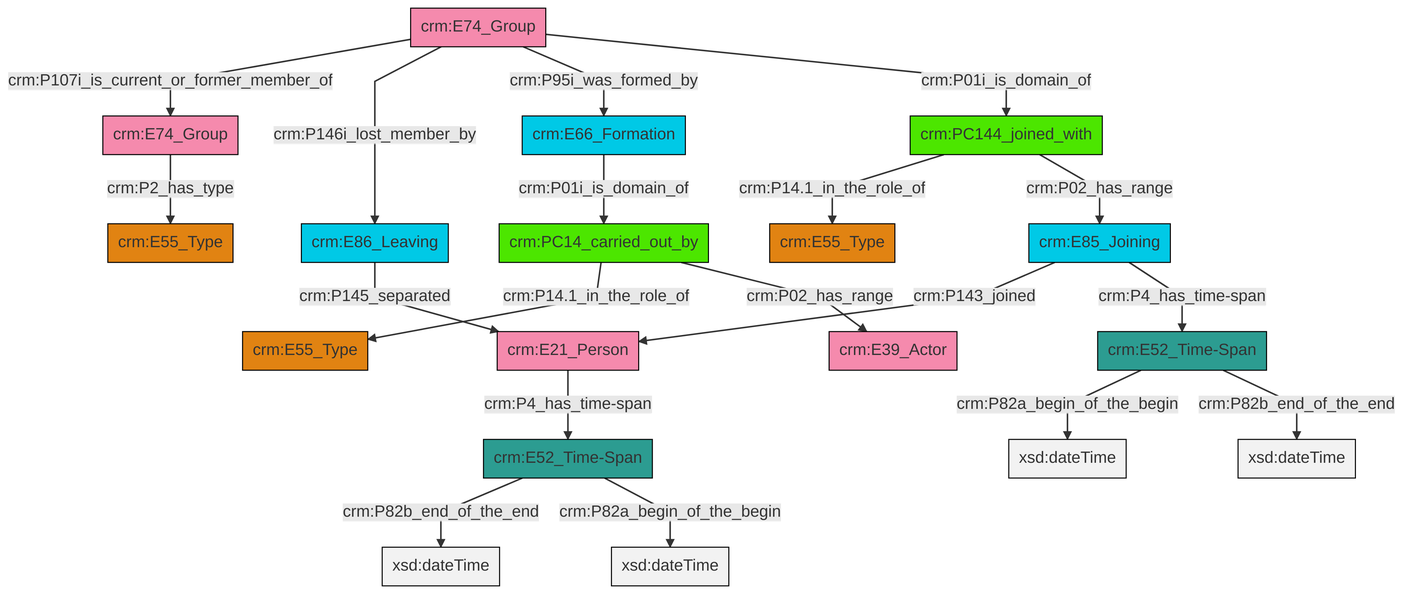
Earlier version of the Mermaid export et/groupCSV/ttl/mmd/png/group_actor_relations.png (swiss-art-research-net/reference-data-models). Its source is kept beside it as et/groupCSV/ttl/mmd/group_actor_relations.ttl.mmd.
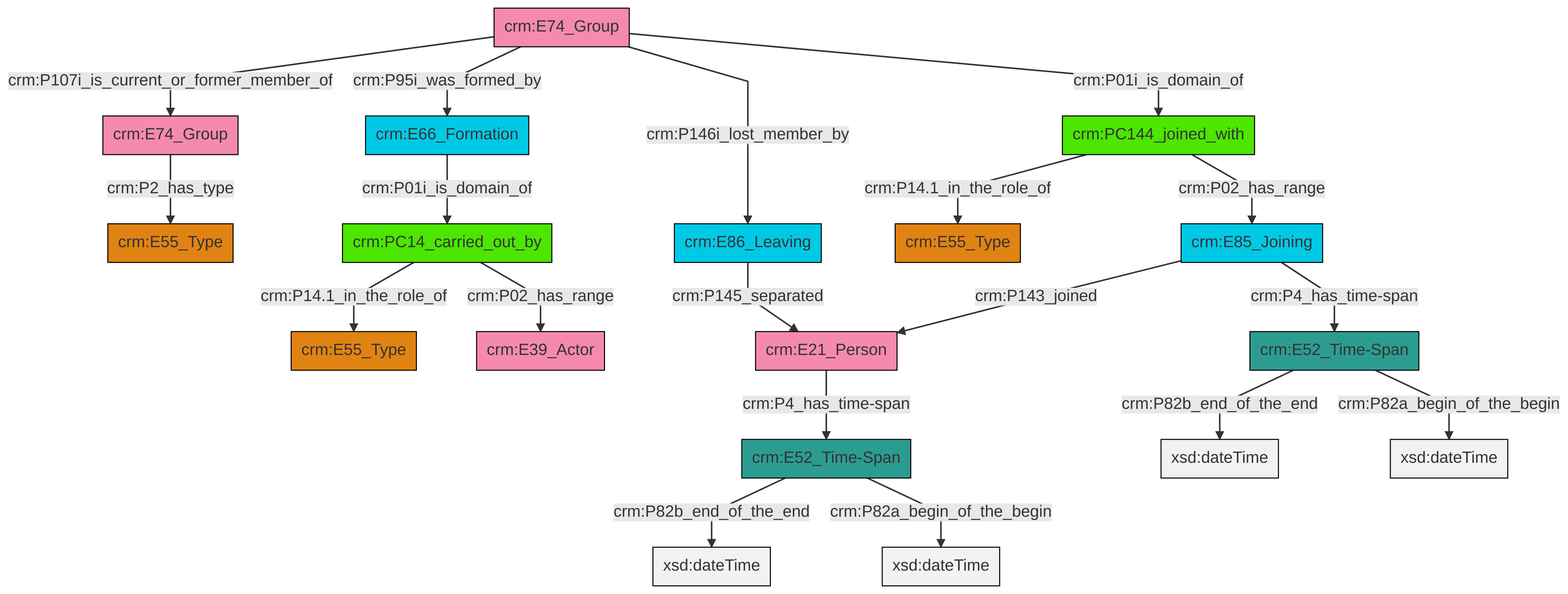
After the commit.

What changed in the source:
```diff
@@ -13,21 +13,21 @@
 classDef PC_Classes fill:#4ce600, stroke:#000000;
 classDef Multi fill:#cccccc,stroke:#000000;
 
-2["crm:PC144_joined_with"]:::PC_Classes -->|crm:P14.1_in_the_role_of| 3["crm:E55_Type"]:::Type
-6["crm:E74_Group"]:::Actor -->|crm:P107i_is_current_or_former_member_of| 7["crm:E74_Group"]:::Actor
-10["crm:PC14_carried_out_by"]:::PC_Classes -->|crm:P14.1_in_the_role_of| 8["crm:E55_Type"]:::Type
-11["crm:E52_Time-Span"]:::Time-Span -->|crm:P82b_end_of_the_end| 12[xsd:dateTime]:::Literal
-16["crm:E66_Formation"]:::Temporal_Entity -->|crm:P01i_is_domain_of| 10["crm:PC14_carried_out_by"]:::PC_Classes
-0["crm:E52_Time-Span"]:::Time-Span -->|crm:P82a_begin_of_the_begin| 17[xsd:dateTime]:::Literal
-6["crm:E74_Group"]:::Actor -->|crm:P146i_lost_member_by| 18["crm:E86_Leaving"]:::Temporal_Entity
-10["crm:PC14_carried_out_by"]:::PC_Classes -->|crm:P02_has_range| 14["crm:E39_Actor"]:::Actor
-18["crm:E86_Leaving"]:::Temporal_Entity -->|crm:P145_separated| 22["crm:E21_Person"]:::Actor
-4["crm:E85_Joining"]:::Temporal_Entity -->|crm:P143_joined| 22["crm:E21_Person"]:::Actor
-6["crm:E74_Group"]:::Actor -->|crm:P95i_was_formed_by| 16["crm:E66_Formation"]:::Temporal_Entity
-2["crm:PC144_joined_with"]:::PC_Classes -->|crm:P02_has_range| 4["crm:E85_Joining"]:::Temporal_Entity
-11["crm:E52_Time-Span"]:::Time-Span -->|crm:P82a_begin_of_the_begin| 25[xsd:dateTime]:::Literal
-4["crm:E85_Joining"]:::Temporal_Entity -->|crm:P4_has_time-span| 0["crm:E52_Time-Span"]:::Time-Span
-0["crm:E52_Time-Span"]:::Time-Span -->|crm:P82b_end_of_the_end| 29[xsd:dateTime]:::Literal
-6["crm:E74_Group"]:::Actor -->|crm:P01i_is_domain_of| 2["crm:PC144_joined_with"]:::PC_Classes
-7["crm:E74_Group"]:::Actor -->|crm:P2_has_type| 26["crm:E55_Type"]:::Type
-22["crm:E21_Person"]:::Actor -->|crm:P4_has_time-span| 11["crm:E52_Time-Span"]:::Time-Span
+0["crm:PC14_carried_out_by"]:::PC_Classes -->|crm:P14.1_in_the_role_of| 1["crm:E55_Type"]:::Type
+7["crm:PC144_joined_with"]:::PC_Classes -->|crm:P14.1_in_the_role_of| 8["crm:E55_Type"]:::Type
+9["crm:E86_Leaving"]:::Temporal_Entity -->|crm:P145_separated| 10["crm:E21_Person"]:::Actor
+18["crm:E74_Group"]:::Actor -->|crm:P2_has_type| 2["crm:E55_Type"]:::Type
+0["crm:PC14_carried_out_by"]:::PC_Classes -->|crm:P02_has_range| 14["crm:E39_Actor"]:::Actor
+4["crm:E74_Group"]:::Actor -->|crm:P107i_is_current_or_former_member_of| 18["crm:E74_Group"]:::Actor
+4["crm:E74_Group"]:::Actor -->|crm:P95i_was_formed_by| 16["crm:E66_Formation"]:::Temporal_Entity
+23["crm:E52_Time-Span"]:::Time-Span -->|crm:P82b_end_of_the_end| 27[xsd:dateTime]:::Literal
+4["crm:E74_Group"]:::Actor -->|crm:P146i_lost_member_by| 9["crm:E86_Leaving"]:::Temporal_Entity
+11["crm:E85_Joining"]:::Temporal_Entity -->|crm:P143_joined| 10["crm:E21_Person"]:::Actor
+25["crm:E52_Time-Span"]:::Time-Span -->|crm:P82b_end_of_the_end| 31[xsd:dateTime]:::Literal
+7["crm:PC144_joined_with"]:::PC_Classes -->|crm:P02_has_range| 11["crm:E85_Joining"]:::Temporal_Entity
+4["crm:E74_Group"]:::Actor -->|crm:P01i_is_domain_of| 7["crm:PC144_joined_with"]:::PC_Classes
+11["crm:E85_Joining"]:::Temporal_Entity -->|crm:P4_has_time-span| 23["crm:E52_Time-Span"]:::Time-Span
+23["crm:E52_Time-Span"]:::Time-Span -->|crm:P82a_begin_of_the_begin| 33[xsd:dateTime]:::Literal
+10["crm:E21_Person"]:::Actor -->|crm:P4_has_time-span| 25["crm:E52_Time-Span"]:::Time-Span
+25["crm:E52_Time-Span"]:::Time-Span -->|crm:P82a_begin_of_the_begin| 34[xsd:dateTime]:::Literal
+16["crm:E66_Formation"]:::Temporal_Entity -->|crm:P01i_is_domain_of| 0["crm:PC14_carried_out_by"]:::PC_Classes
```
